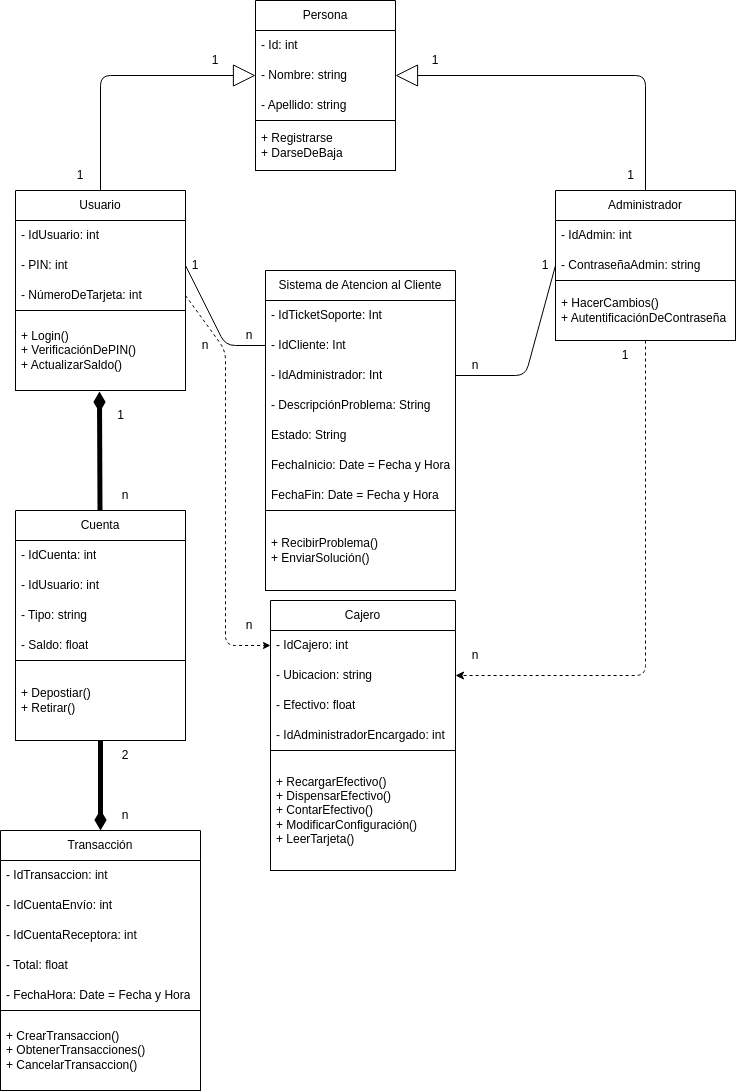
Earlier version of the draw.io export Diagramas-clases/cajero/diagrama.drawio.png (IsaiasTolP/Tareas_Markdown). Source tidied: cells renumbered, new cells last; positions are measured from the earlier drawing's top-left corner, leaving out a move shared by most shapes.
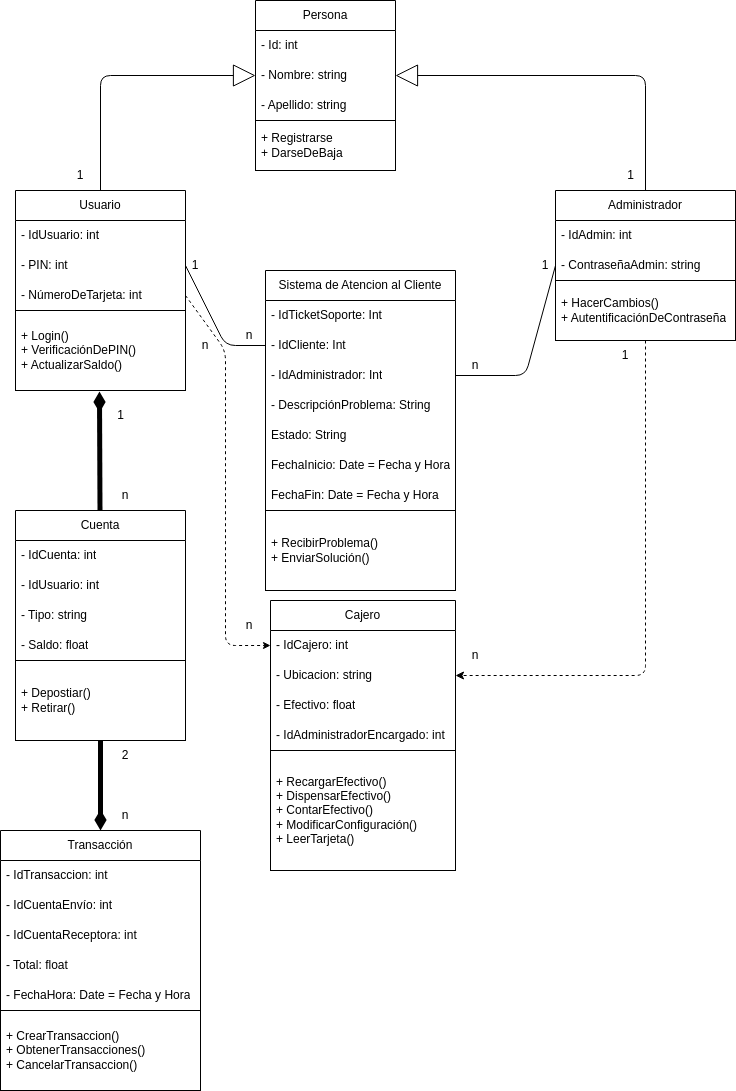
Above is the later version.

Commit message:
Se termina diagrama hospital

The edit, as a diff of the source:
```diff
@@ -134,15 +134,9 @@
         </Array>
       </mxGeometry>
     </mxCell>
-    <mxCell id="42" value="1" style="text;html=1;strokeColor=none;fillColor=none;align=center;verticalAlign=middle;whiteSpace=wrap;rounded=0;" parent="1" vertex="1">
-      <mxGeometry x="405" y="45" width="60" height="30" as="geometry" />
-    </mxCell>
     <mxCell id="43" value="1" style="text;html=1;align=center;verticalAlign=middle;strokeColor=none;fillColor=none;" parent="1" vertex="1">
       <mxGeometry x="615" y="160" width="30" height="30" as="geometry" />
     </mxCell>
-    <mxCell id="44" value="1" style="text;html=1;strokeColor=none;fillColor=none;align=center;verticalAlign=middle;whiteSpace=wrap;rounded=0;" parent="1" vertex="1">
-      <mxGeometry x="185" y="45" width="60" height="30" as="geometry" />
-    </mxCell>
     <mxCell id="45" value="1" style="text;html=1;strokeColor=none;fillColor=none;align=center;verticalAlign=middle;whiteSpace=wrap;rounded=0;" parent="1" vertex="1">
       <mxGeometry x="50" y="160" width="60" height="30" as="geometry" />
     </mxCell>
```
